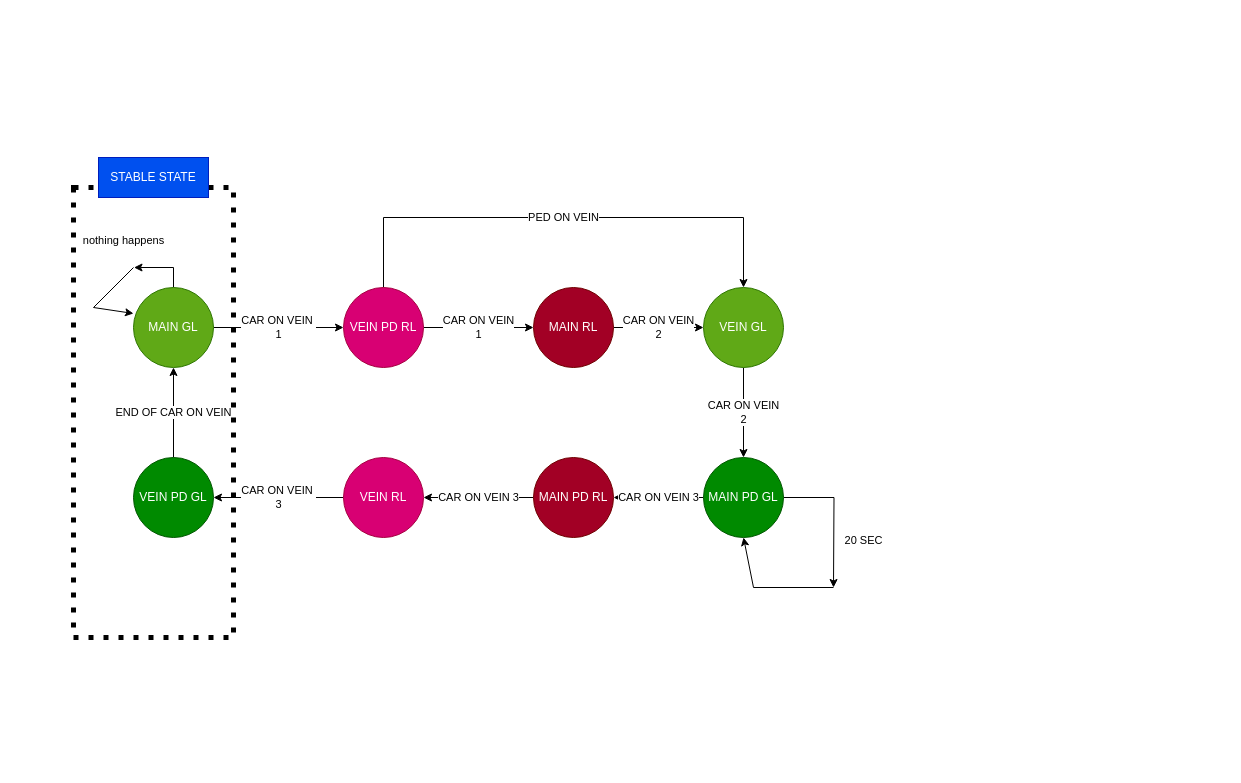
The draw.io diagram traffic-light-fsm.drawio in grrizos/Traffic_light, before the edit. Source tidied: cells renumbered, new cells numbered last; positions are measured from the earlier drawing's top-left corner, leaving out a move shared by most shapes. Both pictures are drawn from the tidied source at 100%, with x=0, y=0 at pixel (73, 157).
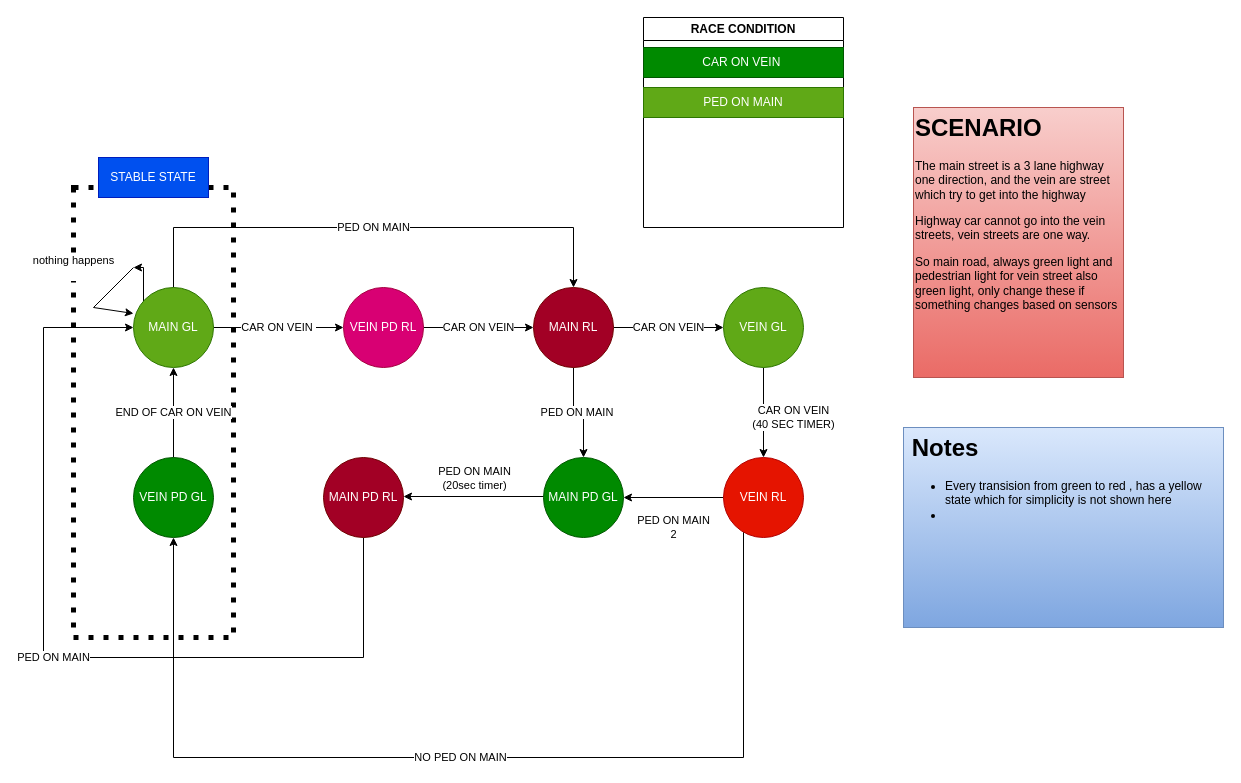
The same diagram, later.

The change refers to these unchanged cells:
```xml
<mxCell id="4" value="MAIN GL" style="ellipse;whiteSpace=wrap;html=1;rotation=0;fillColor=#60a917;fontColor=#ffffff;strokeColor=#2D7600;" parent="1" vertex="1">
  <mxGeometry x="60" y="130" width="80" height="80" as="geometry" />
</mxCell>
<mxCell id="8" value="VEIN PD GL" style="ellipse;whiteSpace=wrap;html=1;fillColor=#008a00;fontColor=#ffffff;strokeColor=#005700;" parent="1" vertex="1">
  <mxGeometry x="60" y="300" width="80" height="80" as="geometry" />
</mxCell>
<mxCell id="13" value="MAIN RL" style="ellipse;whiteSpace=wrap;html=1;fillColor=#a20025;fontColor=#ffffff;strokeColor=#6F0000;" parent="1" vertex="1">
  <mxGeometry x="460" y="130" width="80" height="80" as="geometry" />
</mxCell>
<mxCell id="18" value="VEIN PD RL" style="ellipse;whiteSpace=wrap;html=1;fillColor=#d80073;fontColor=#ffffff;strokeColor=#A50040;" parent="1" vertex="1">
  <mxGeometry x="270" y="130" width="80" height="80" as="geometry" />
</mxCell>
```

What changed in the source:
```diff
@@
+    <mxCell id="23" style="rounded=0;whiteSpace=wrap;html=1;fillColor=none;dashed=1;dashPattern=1 2;strokeColor=light-dark(#000000,#660033);strokeWidth=5;" parent="1" vertex="1">
+      <mxGeometry y="30" width="160" height="450" as="geometry" />
+    </mxCell>
-    <mxCell id="2" value="CAR ON VEIN&amp;nbsp;&lt;div&gt;1&lt;/div&gt;" style="edgeStyle=orthogonalEdgeStyle;rounded=0;jettySize=auto;html=1;entryX=0;entryY=0.5;entryDx=0;entryDy=0;" parent="1" edge="1" source="4" target="18">
+    <mxCell id="2" value="CAR ON VEIN&amp;nbsp;" style="edgeStyle=orthogonalEdgeStyle;rounded=0;jettySize=auto;html=1;entryX=0;entryY=0.5;entryDx=0;entryDy=0;" parent="1" edge="1" source="4" target="18">
       <mxGeometry relative="1" as="geometry">
         <Array as="points">
           <mxPoint x="190" y="170" />
           <mxPoint x="190" y="170" />
         </Array>
       </mxGeometry>
     </mxCell>
     <mxCell id="3" style="edgeStyle=orthogonalEdgeStyle;rounded=0;jettySize=auto;html=1;" parent="1" edge="1" source="4">
       <mxGeometry relative="1" as="geometry">
         <mxPoint x="60" y="110" as="targetPoint" />
+        <Array as="points">
+          <mxPoint x="70" y="110" />
+        </Array>
       </mxGeometry>
     </mxCell>
+    <mxCell id="25" value="PED ON MAIN" style="edgeStyle=orthogonalEdgeStyle;rounded=0;jettySize=auto;html=1;entryX=0.5;entryY=0;entryDx=0;entryDy=0;" parent="1" edge="1" source="4" target="13">
+      <mxGeometry relative="1" as="geometry">
+        <Array as="points">
+          <mxPoint x="100" y="70" />
+          <mxPoint x="500" y="70" />
+        </Array>
+      </mxGeometry>
+    </mxCell>
@@
-    <mxCell id="5" value="CAR ON VEIN&lt;div&gt;2&lt;/div&gt;" style="edgeStyle=orthogonalEdgeStyle;rounded=0;jettySize=auto;html=1;" parent="1" edge="1" source="6" target="11">
-      <mxGeometry relative="1" as="geometry" />
-    </mxCell>
+    <mxCell id="26" value="CAR ON VEIN&lt;div&gt;(40 SEC TIMER)&lt;/div&gt;" style="edgeStyle=orthogonalEdgeStyle;rounded=0;jettySize=auto;html=1;" parent="1" edge="1" source="6" target="20">
+      <mxGeometry x="0.11" y="30" relative="1" as="geometry" />
+    </mxCell>
     <mxCell id="6" value="VEIN GL" style="ellipse;whiteSpace=wrap;html=1;fillColor=#60a917;fontColor=#ffffff;strokeColor=#2D7600;" parent="1" vertex="1">
-      <mxGeometry x="630" y="130" width="80" height="80" as="geometry" />
+      <mxGeometry x="650" y="130" width="80" height="80" as="geometry" />
     </mxCell>
@@
-    <mxCell id="9" value="20 SEC&lt;div&gt;&lt;br&gt;&lt;/div&gt;" style="edgeStyle=orthogonalEdgeStyle;rounded=0;jettySize=auto;html=1;" parent="1" edge="1" source="11">
-      <mxGeometry x="0.43" y="30" relative="1" as="geometry">
-        <mxPoint x="760" y="430" as="targetPoint" />
-      </mxGeometry>
-    </mxCell>
-    <mxCell id="10" value="CAR ON VEIN 3" style="edgeStyle=orthogonalEdgeStyle;rounded=0;jettySize=auto;html=1;entryX=1;entryY=0.5;entryDx=0;entryDy=0;" parent="1" edge="1" source="11" target="15">
-      <mxGeometry relative="1" as="geometry" />
+    <mxCell id="10" style="edgeStyle=orthogonalEdgeStyle;rounded=0;orthogonalLoop=1;jettySize=auto;html=1;entryX=1;entryY=0.5;entryDx=0;entryDy=0;" parent="1" edge="1">
+      <mxGeometry relative="1" as="geometry">
+        <mxPoint x="470" y="339" as="sourcePoint" />
+        <mxPoint x="330" y="339" as="targetPoint" />
+      </mxGeometry>
     </mxCell>
+    <mxCell id="27" value="PED ON MAIN&lt;div&gt;(20sec timer)&lt;/div&gt;" style="edgeLabel;html=1;align=center;verticalAlign=middle;" parent="10" vertex="1">
+      <mxGeometry x="-0.23" y="-3" relative="1" as="geometry">
+        <mxPoint x="-16" y="-16" as="offset" />
+      </mxGeometry>
+    </mxCell>
     <mxCell id="11" value="MAIN PD GL" style="ellipse;whiteSpace=wrap;html=1;fillColor=#008a00;fontColor=#ffffff;strokeColor=#005700;" parent="1" vertex="1">
-      <mxGeometry x="630" y="300" width="80" height="80" as="geometry" />
+      <mxGeometry x="470" y="300" width="80" height="80" as="geometry" />
     </mxCell>
-    <mxCell id="12" value="CAR ON VEIN&lt;div&gt;2&lt;/div&gt;" style="edgeStyle=orthogonalEdgeStyle;rounded=0;jettySize=auto;html=1;" parent="1" edge="1" source="13" target="6">
+    <mxCell id="12" value="CAR ON VEIN" style="edgeStyle=orthogonalEdgeStyle;rounded=0;jettySize=auto;html=1;" parent="1" edge="1" source="13" target="6">
       <mxGeometry relative="1" as="geometry" />
     </mxCell>
+    <mxCell id="28" value="PED ON MAIN&amp;nbsp;" style="edgeStyle=orthogonalEdgeStyle;rounded=0;jettySize=auto;html=1;" parent="1" edge="1" source="13" target="11">
+      <mxGeometry relative="1" as="geometry" />
+    </mxCell>
@@
-    <mxCell id="14" value="CAR ON VEIN 3" style="edgeStyle=orthogonalEdgeStyle;rounded=0;jettySize=auto;html=1;entryX=1;entryY=0.5;entryDx=0;entryDy=0;" parent="1" edge="1" source="15" target="20">
-      <mxGeometry relative="1" as="geometry" />
-    </mxCell>
+    <mxCell id="29" value="PED ON MAIN" style="edgeStyle=orthogonalEdgeStyle;rounded=0;jettySize=auto;html=1;entryX=0;entryY=0.5;entryDx=0;entryDy=0;" parent="1" edge="1" source="15" target="4">
+      <mxGeometry relative="1" as="geometry">
+        <Array as="points">
+          <mxPoint x="290" y="500" />
+          <mxPoint x="-30" y="500" />
+          <mxPoint x="-30" y="170" />
+        </Array>
+      </mxGeometry>
+    </mxCell>
     <mxCell id="15" value="MAIN PD RL" style="ellipse;whiteSpace=wrap;html=1;fillColor=#a20025;fontColor=#ffffff;strokeColor=#6F0000;" parent="1" vertex="1">
-      <mxGeometry x="460" y="300" width="80" height="80" as="geometry" />
+      <mxGeometry x="250" y="300" width="80" height="80" as="geometry" />
     </mxCell>
-    <mxCell id="16" value="CAR ON VEIN&lt;div&gt;1&lt;/div&gt;" style="edgeStyle=orthogonalEdgeStyle;rounded=0;jettySize=auto;html=1;entryX=0;entryY=0.5;entryDx=0;entryDy=0;" parent="1" edge="1" source="18" target="13">
+    <mxCell id="16" value="CAR ON VEIN" style="edgeStyle=orthogonalEdgeStyle;rounded=0;jettySize=auto;html=1;entryX=0;entryY=0.5;entryDx=0;entryDy=0;" parent="1" edge="1" source="18" target="13">
       <mxGeometry relative="1" as="geometry" />
     </mxCell>
-    <mxCell id="17" value="PED ON VEIN" style="edgeStyle=orthogonalEdgeStyle;rounded=0;jettySize=auto;html=1;entryX=0.5;entryY=0;entryDx=0;entryDy=0;" parent="1" edge="1" source="18" target="6">
-      <mxGeometry relative="1" as="geometry">
-        <Array as="points">
-          <mxPoint x="310" y="60" />
-          <mxPoint x="670" y="60" />
-        </Array>
-      </mxGeometry>
-    </mxCell>
@@
+    <mxCell id="21" value="nothing happens&lt;div&gt;&lt;br&gt;&lt;/div&gt;" style="endArrow=classic;html=1;rounded=0;entryX=0;entryY=0.325;entryDx=0;entryDy=0;entryPerimeter=0;" parent="1" edge="1" target="4">
+      <mxGeometry x="-0.13" y="-42" relative="1" as="geometry">
+        <mxPoint x="60" y="110" as="sourcePoint" />
+        <Array as="points">
+          <mxPoint x="20" y="150" />
+        </Array>
+        <mxPoint x="-1" as="offset" />
+      </mxGeometry>
+    </mxCell>
+    <mxCell id="24" value="STABLE STATE" style="text;html=1;whiteSpace=wrap;strokeColor=#001DBC;fillColor=#0050ef;align=center;verticalAlign=middle;rounded=0;fontColor=#ffffff;" parent="1" vertex="1">
+      <mxGeometry x="25" width="110" height="40" as="geometry" />
+    </mxCell>
+    <mxCell id="30" value="RACE CONDITION" style="swimlane;whiteSpace=wrap;html=1;" parent="1" vertex="1">
+      <mxGeometry x="570" y="-140" width="200" height="210" as="geometry" />
+    </mxCell>
+    <mxCell id="31" value="CAR ON VEIN&amp;nbsp;" style="text;html=1;whiteSpace=wrap;strokeColor=#005700;fillColor=#008a00;align=center;verticalAlign=middle;rounded=0;fontColor=#ffffff;" parent="30" vertex="1">
+      <mxGeometry y="30" width="200" height="30" as="geometry" />
+    </mxCell>
+    <mxCell id="32" value="PED ON MAIN" style="text;html=1;whiteSpace=wrap;strokeColor=#2D7600;fillColor=#60a917;align=center;verticalAlign=middle;rounded=0;fontColor=#ffffff;" parent="30" vertex="1">
+      <mxGeometry y="70" width="200" height="30" as="geometry" />
+    </mxCell>
+    <mxCell id="33" value="&lt;h1 style=&quot;margin-top: 0px;&quot;&gt;SCENARIO&lt;/h1&gt;&lt;p&gt;The main street is a 3 lane highway one direction, and the vein are street which try to get into the highway&lt;/p&gt;&lt;p&gt;Highway car cannot go into the vein streets, vein streets are one way.&lt;/p&gt;&lt;p&gt;So main road, always green light and pedestrian light for vein street also green light, only change these if something changes based on sensors&lt;/p&gt;" style="text;html=1;whiteSpace=wrap;overflow=hidden;rounded=0;fillColor=#f8cecc;strokeColor=#b85450;gradientColor=#ea6b66;" parent="1" vertex="1">
+      <mxGeometry x="840" y="-50" width="210" height="270" as="geometry" />
+    </mxCell>
+    <mxCell id="34" value="&lt;h1 style=&quot;margin-top: 0px;&quot;&gt;&amp;nbsp;Notes&lt;/h1&gt;&lt;p&gt;&lt;/p&gt;&lt;ul&gt;&lt;li&gt;&lt;span style=&quot;background-color: transparent; color: light-dark(rgb(0, 0, 0), rgb(255, 255, 255));&quot;&gt;Every transision from green to red , has a yellow state which for simplicity is not shown here&lt;/span&gt;&lt;/li&gt;&lt;li&gt;&lt;span style=&quot;background-color: transparent; color: light-dark(rgb(0, 0, 0), rgb(255, 255, 255));&quot;&gt;&lt;br&gt;&lt;/span&gt;&lt;/li&gt;&lt;/ul&gt;&lt;p&gt;&lt;/p&gt;&lt;p&gt;&lt;br&gt;&lt;/p&gt;" style="text;html=1;whiteSpace=wrap;overflow=hidden;rounded=0;fillColor=#dae8fc;strokeColor=#6c8ebf;gradientColor=#7ea6e0;" parent="1" vertex="1">
+      <mxGeometry x="830" y="270" width="320" height="200" as="geometry" />
+    </mxCell>
+    <mxCell id="35" value="PED ON MAIN&lt;div&gt;2&lt;/div&gt;" style="edgeStyle=orthogonalEdgeStyle;rounded=0;jettySize=auto;html=1;entryX=1;entryY=0.5;entryDx=0;entryDy=0;" parent="1" edge="1" source="20" target="11">
+      <mxGeometry y="30" relative="1" as="geometry" />
+    </mxCell>
-    <mxCell id="19" value="CAR ON VEIN&amp;nbsp;&lt;div&gt;3&lt;/div&gt;" style="edgeStyle=orthogonalEdgeStyle;rounded=0;jettySize=auto;html=1;" parent="1" edge="1" source="20" target="8">
-      <mxGeometry relative="1" as="geometry" />
+    <mxCell id="19" value="NO PED ON MAIN" style="edgeStyle=orthogonalEdgeStyle;rounded=0;jettySize=auto;html=1;entryX=0.5;entryY=1;entryDx=0;entryDy=0;" parent="1" edge="1" source="20" target="8">
+      <mxGeometry relative="1" as="geometry">
+        <Array as="points">
+          <mxPoint x="670" y="600" />
+          <mxPoint x="100" y="600" />
+        </Array>
+      </mxGeometry>
     </mxCell>
-    <mxCell id="20" value="VEIN RL" style="ellipse;whiteSpace=wrap;html=1;fillColor=#d80073;fontColor=#ffffff;strokeColor=#A50040;" parent="1" vertex="1">
-      <mxGeometry x="270" y="300" width="80" height="80" as="geometry" />
+    <mxCell id="20" value="VEIN RL" style="ellipse;whiteSpace=wrap;html=1;fillColor=#e51400;strokeColor=#B20000;fontColor=#ffffff;" parent="1" vertex="1">
+      <mxGeometry x="650" y="300" width="80" height="80" as="geometry" />
     </mxCell>
-    <mxCell id="21" value="nothing happens&lt;div&gt;&lt;br&gt;&lt;/div&gt;" style="endArrow=classic;html=1;rounded=0;entryX=0;entryY=0.325;entryDx=0;entryDy=0;entryPerimeter=0;" parent="1" edge="1" target="4">
-      <mxGeometry x="-1" y="-22" relative="1" as="geometry">
-        <mxPoint x="60" y="110" as="sourcePoint" />
-        <Array as="points">
-          <mxPoint x="20" y="150" />
-        </Array>
-        <mxPoint x="6" y="-4" as="offset" />
-      </mxGeometry>
-    </mxCell>
-    <mxCell id="22" style="endArrow=classic;html=1;rounded=0;entryX=0.5;entryY=1;entryDx=0;entryDy=0;" parent="1" edge="1" target="11">
-      <mxGeometry relative="1" as="geometry">
-        <mxPoint x="760" y="430" as="sourcePoint" />
-        <Array as="points">
-          <mxPoint x="680" y="430" />
-        </Array>
-      </mxGeometry>
-    </mxCell>
-    <mxCell id="23" style="rounded=0;whiteSpace=wrap;html=1;fillColor=none;dashed=1;dashPattern=1 2;strokeColor=light-dark(#000000,#660033);strokeWidth=5;" parent="1" vertex="1">
-      <mxGeometry y="30" width="160" height="450" as="geometry" />
-    </mxCell>
-    <mxCell id="24" value="STABLE STATE" style="text;html=1;whiteSpace=wrap;strokeColor=#001DBC;fillColor=#0050ef;align=center;verticalAlign=middle;rounded=0;fontColor=#ffffff;" parent="1" vertex="1">
-      <mxGeometry x="25" width="110" height="40" as="geometry" />
-    </mxCell>
```
